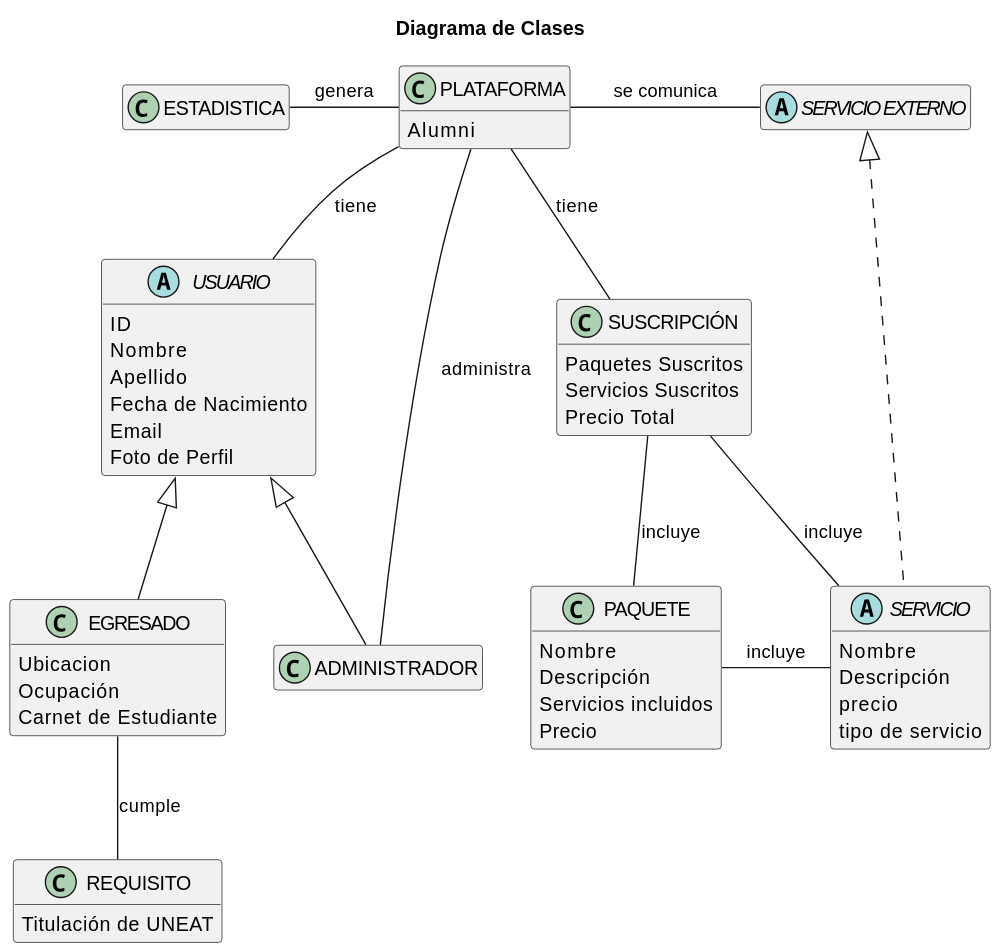
Above: Modelo_de_Dominio/Diagramas_de_Clases/Diagramas_Finales/Cuarta_Iteración/Diagrama_de_Clases/Diagrama_de_Clases.svg in mmasias/23-24-IdSw1-SDR (PlantUML), before the change.
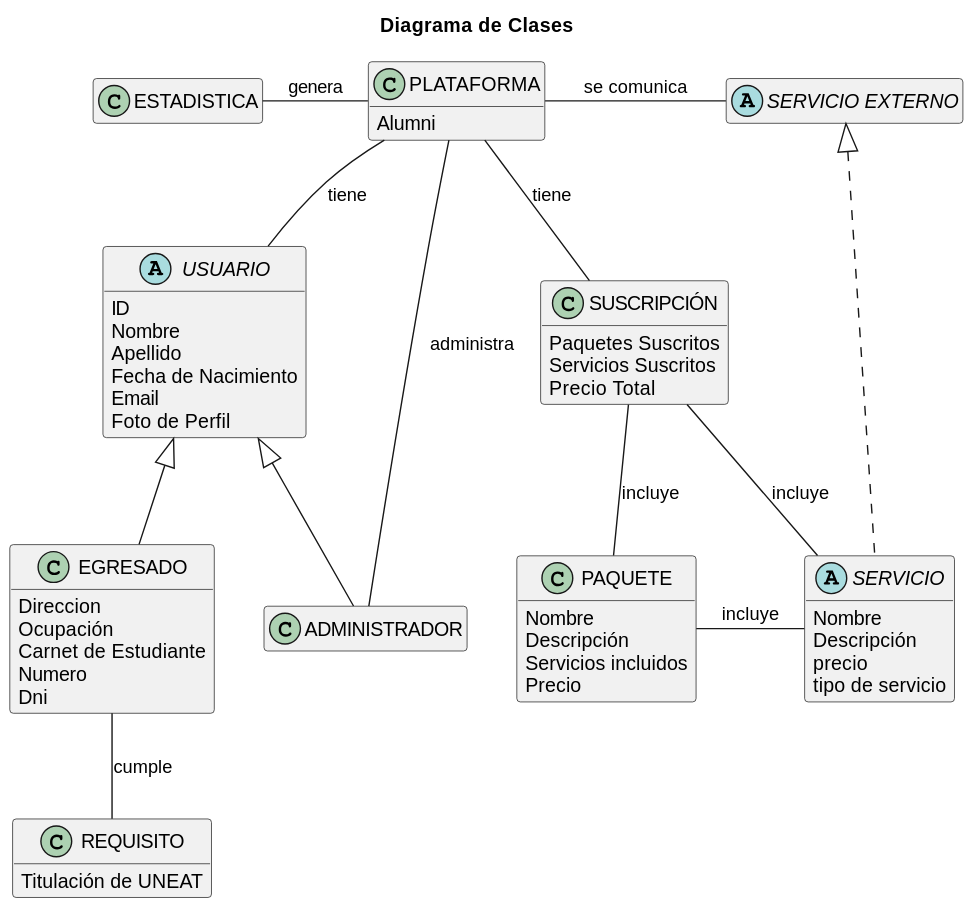
After the change.

Commit message:
acualizar diagrama de clase

What changed in the source:
```diff
@@ -1,4 +1,4 @@
-@startuml AumniClasses
+@startuml Diagrama_de_Clases
 
 title Diagrama de Clases
 
@@ -26,9 +26,11 @@
 
 class EGRESADO
 {
-    Ubicacion
+    Direccion
     Ocupación
     Carnet de Estudiante
+    Numero
+    Dni
 }
 
 class ADMINISTRADOR
```
